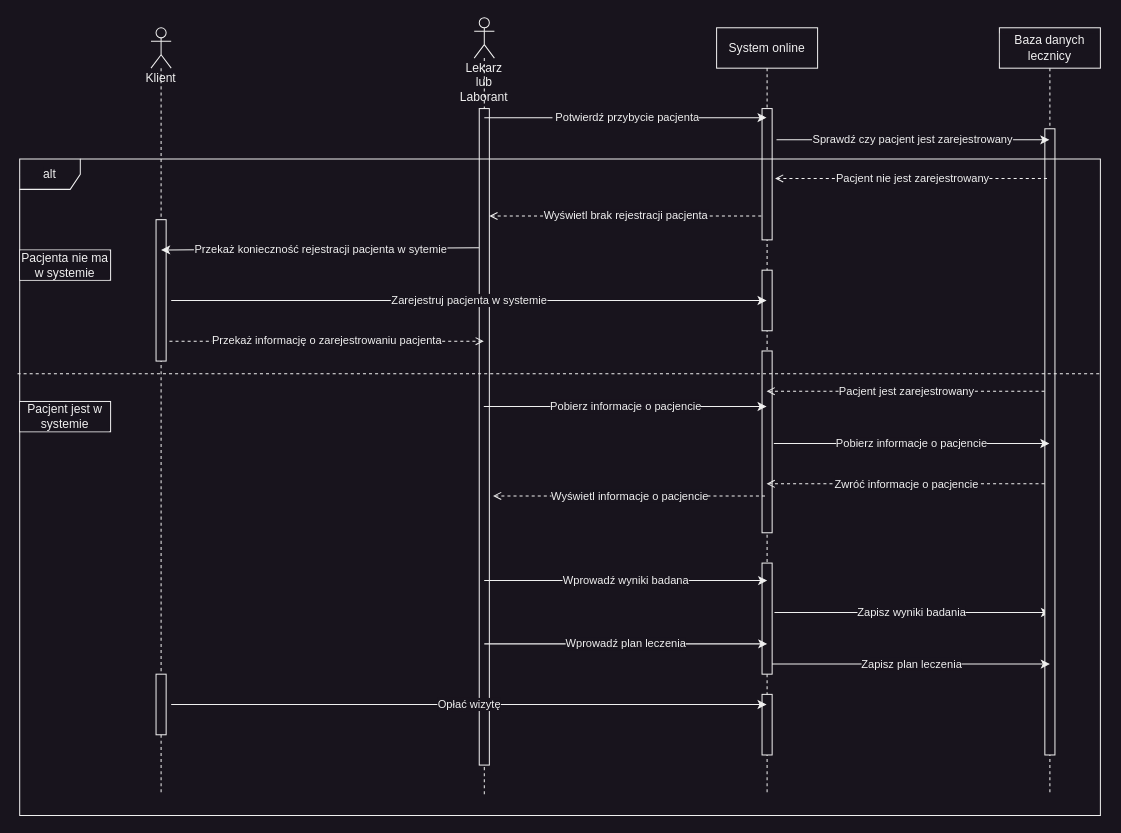
Above: examine_sequence.drawio in MarekMichali/vet-clinic (draw.io), before the change. Source tidied: cells renumbered, new cells numbered last; positions are measured from the earlier drawing's top-left corner, leaving out a move shared by most shapes. Both pictures are drawn from the tidied source at 101%, with x=0, y=0 at pixel (19, 17).
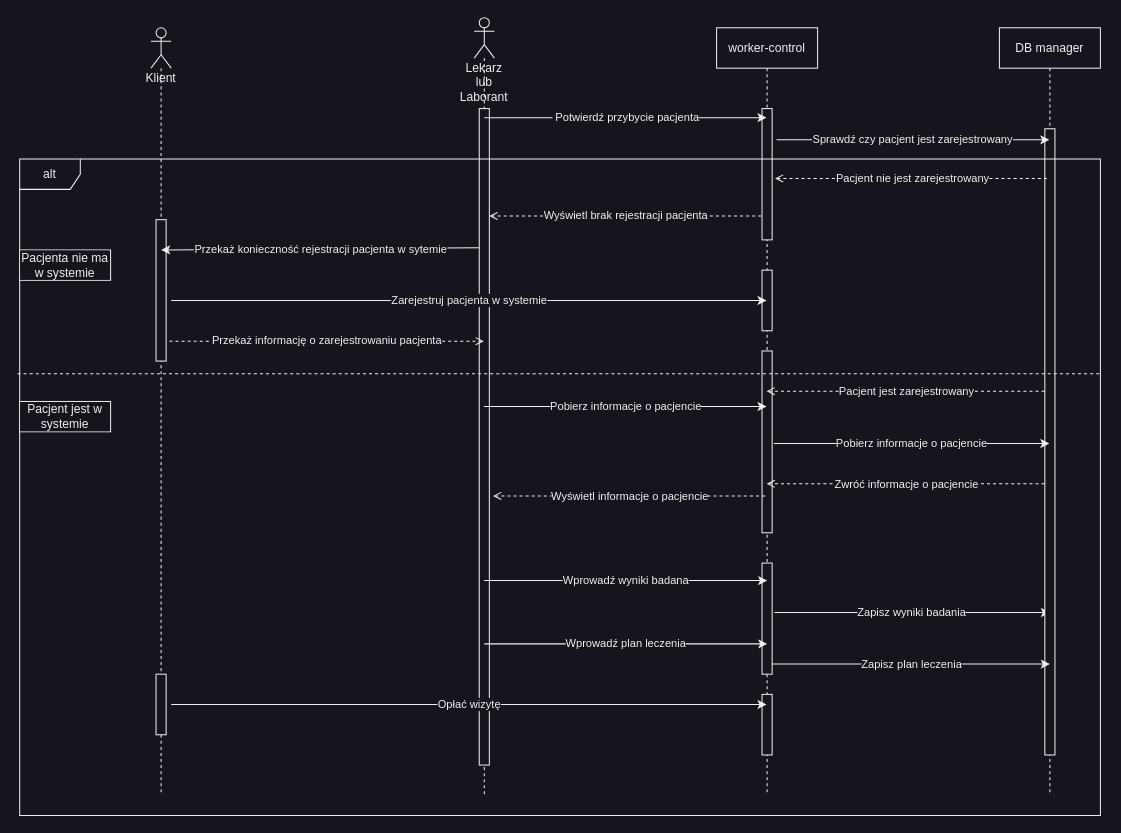
After the change.

Change to the diagram source:
```diff
@@
-    <mxCell id="5" value="System online" style="shape=umlLifeline;perimeter=lifelinePerimeter;whiteSpace=wrap;html=1;outlineConnect=0;fillColor=#18141D;strokeColor=#F0F0F0;fontColor=#F0F0F0;labelBackgroundColor=#18141D;" parent="1" vertex="1">
+    <mxCell id="5" value="worker-control" style="shape=umlLifeline;perimeter=lifelinePerimeter;whiteSpace=wrap;html=1;outlineConnect=0;fillColor=#18141D;strokeColor=#F0F0F0;fontColor=#F0F0F0;labelBackgroundColor=#18141D;" parent="1" vertex="1">
       <mxGeometry x="690" y="10" width="100" height="760" as="geometry" />
     </mxCell>
@@
-    <mxCell id="14" value="Baza danych lecznicy" style="shape=umlLifeline;perimeter=lifelinePerimeter;whiteSpace=wrap;html=1;outlineConnect=0;fillColor=#18141D;strokeColor=#F0F0F0;fontColor=#F0F0F0;labelBackgroundColor=#18141D;" parent="1" vertex="1">
+    <mxCell id="14" value="DB manager" style="shape=umlLifeline;perimeter=lifelinePerimeter;whiteSpace=wrap;html=1;outlineConnect=0;fillColor=#18141D;strokeColor=#F0F0F0;fontColor=#F0F0F0;labelBackgroundColor=#18141D;" parent="1" vertex="1">
       <mxGeometry x="970" y="10" width="100" height="760" as="geometry" />
     </mxCell>
```
